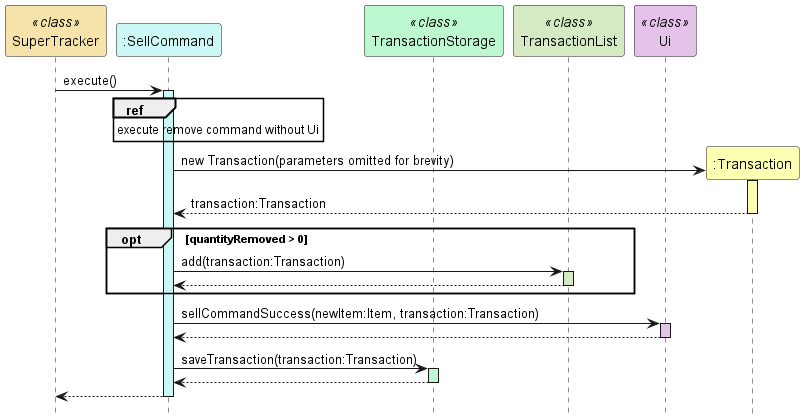
Earlier version of the PlantUML export docs/uml-diagrams/SellCommandSequence.png (rismm/tp). The source it was exported from:
```plantuml
@startuml
hide footbox
participant "SuperTracker" as SuperTracker <<class>> #f5e3a9
participant ":SellCommand" as SellCommand #cbf7f4
participant "TransactionStorage" as TransactionStorage <<class>> #bcf7cf
participant "TransactionList" as TransactionList <<class>> #d5eac2
participant "Ui" as Ui <<class>> #e5c2ea
participant ":Transaction" as Transaction #fbffb2

SuperTracker -> SellCommand : execute()
activate SellCommand #cbf7f4

ref over SellCommand : execute remove command without Ui

SellCommand -> Transaction ** : new Transaction(parameters omitted for brevity)
activate Transaction #fbffb2
Transaction --> SellCommand : transaction:Transaction
deactivate Transaction

opt quantityRemoved > 0

SellCommand -> TransactionList : add(transaction:Transaction)
activate TransactionList #d5eac2
TransactionList --> SellCommand
deactivate TransactionList

end

SellCommand -> Ui : sellCommandSuccess(newItem:Item, transaction:Transaction)
activate Ui #e5c2ea
Ui --> SellCommand
deactivate Ui

SellCommand -> TransactionStorage : saveTransaction(transaction:Transaction)
activate TransactionStorage #bcf7cf
TransactionStorage --> SellCommand
deactivate TransactionStorage

SellCommand --> SuperTracker
deactivate SellCommand
@enduml
```
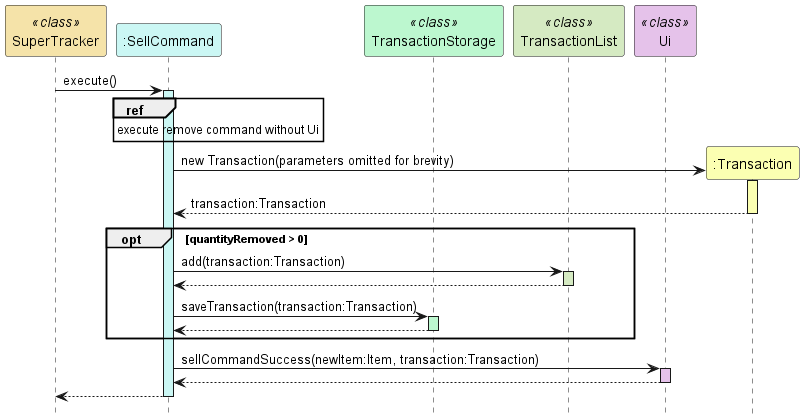
Above is the later version.

Commit message:
Update sell command and developer guide

What changed in the source:
```diff
@@ -24,6 +24,11 @@
 TransactionList --> SellCommand
 deactivate TransactionList
 
+SellCommand -> TransactionStorage : saveTransaction(transaction:Transaction)
+activate TransactionStorage #bcf7cf
+TransactionStorage --> SellCommand
+deactivate TransactionStorage
+
 end
 
 SellCommand -> Ui : sellCommandSuccess(newItem:Item, transaction:Transaction)
@@ -31,11 +36,6 @@
 Ui --> SellCommand
 deactivate Ui
 
-SellCommand -> TransactionStorage : saveTransaction(transaction:Transaction)
-activate TransactionStorage #bcf7cf
-TransactionStorage --> SellCommand
-deactivate TransactionStorage
-
 SellCommand --> SuperTracker
 deactivate SellCommand
 @enduml
```
